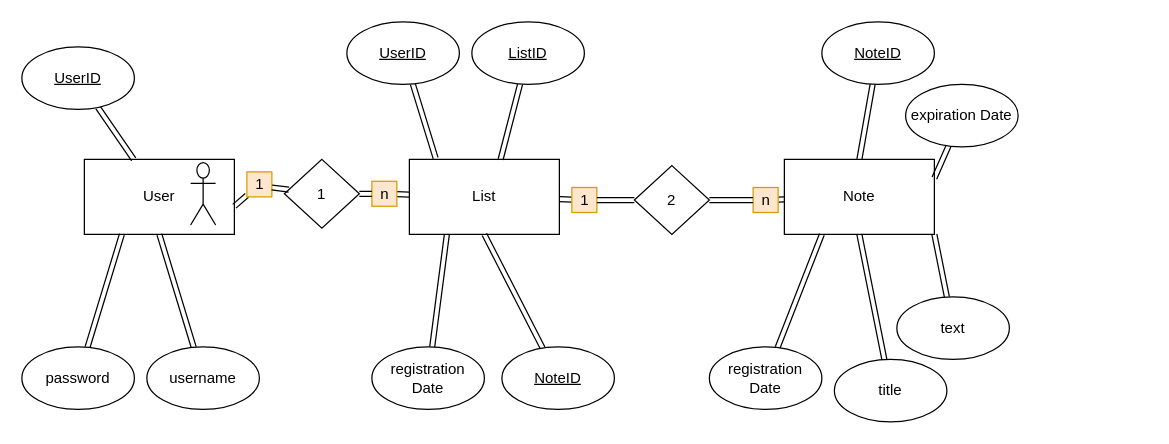
Above: Untitled Diagram.drawio in Mooike/Seminararbeit (draw.io), before the change. Source tidied: cells renumbered, new cells numbered last; positions are measured from the earlier drawing's top-left corner, leaving out a move shared by most shapes. Both pictures are drawn from the tidied source at 125%, with x=0, y=0 at pixel (21, 21).
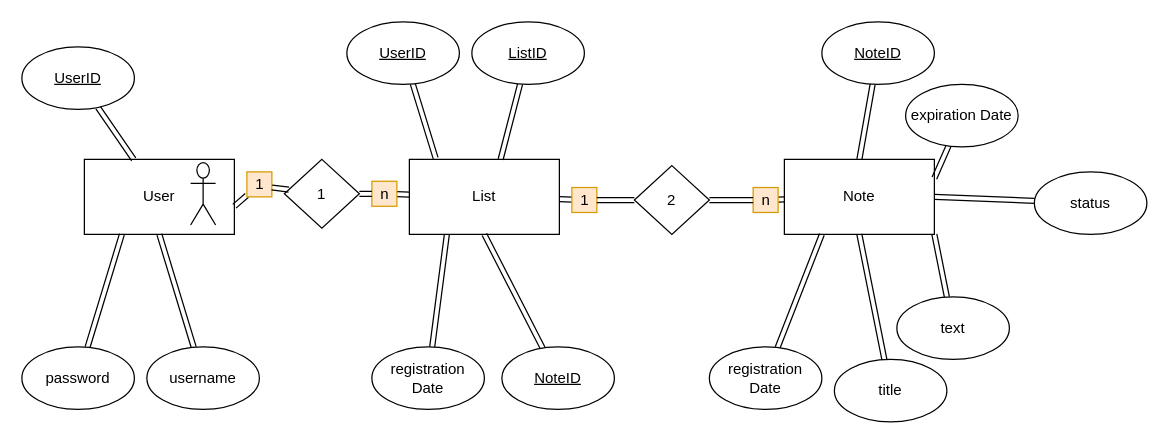
Above is the later version.

The change refers to these unchanged cells:
```xml
<mxCell id="4" value="Note" style="rounded=0;whiteSpace=wrap;html=1;" parent="1" vertex="1">
  <mxGeometry x="610" y="110" width="120" height="60" as="geometry" />
</mxCell>
```

Change to the diagram source:
```diff
@@
+    <mxCell id="44" style="rounded=0;jettySize=auto;html=1;entryX=1;entryY=0.5;entryDx=0;entryDy=0;shape=link;" parent="1" edge="1" source="45" target="4">
+      <mxGeometry relative="1" as="geometry" />
+    </mxCell>
+    <mxCell id="45" value="status" style="ellipse;whiteSpace=wrap;html=1;" parent="1" vertex="1">
+      <mxGeometry x="810" y="120" width="90" height="50" as="geometry" />
+    </mxCell>
```
